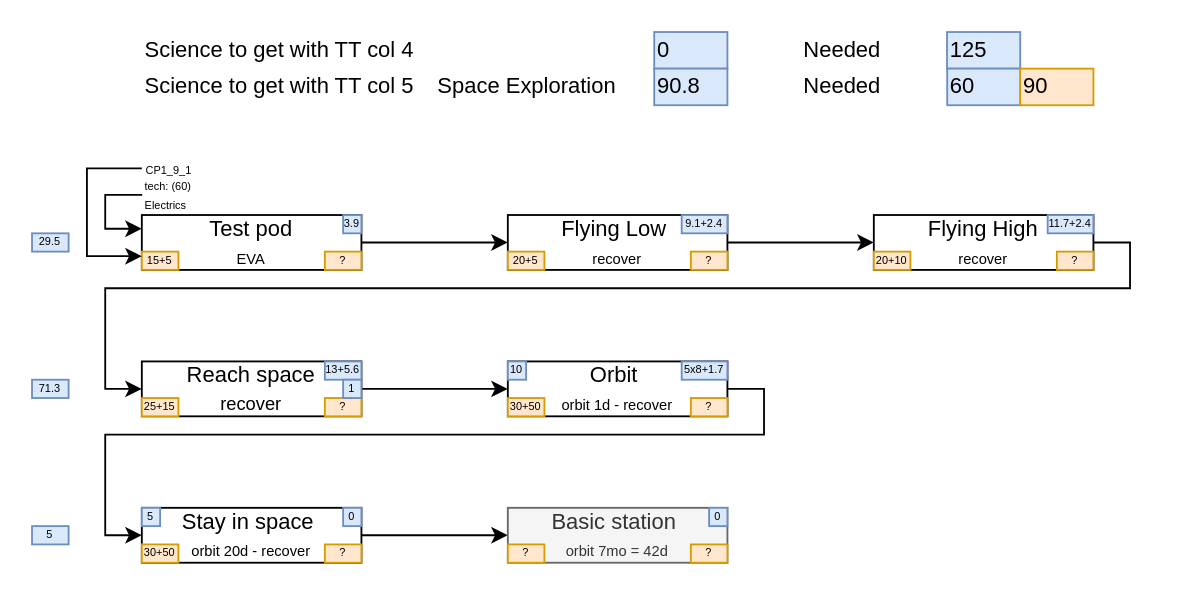
Earlier version of the draw.io diagram doc/CP3 contracts.drawio (SaphireFalcon/real_career). Source tidied: cells renumbered, new cells numbered last; positions are measured from the earlier drawing's top-left corner, leaving out a move shared by most shapes. Both pictures are drawn from the tidied source at 183%, with x=0, y=0 at pixel (31, 31).
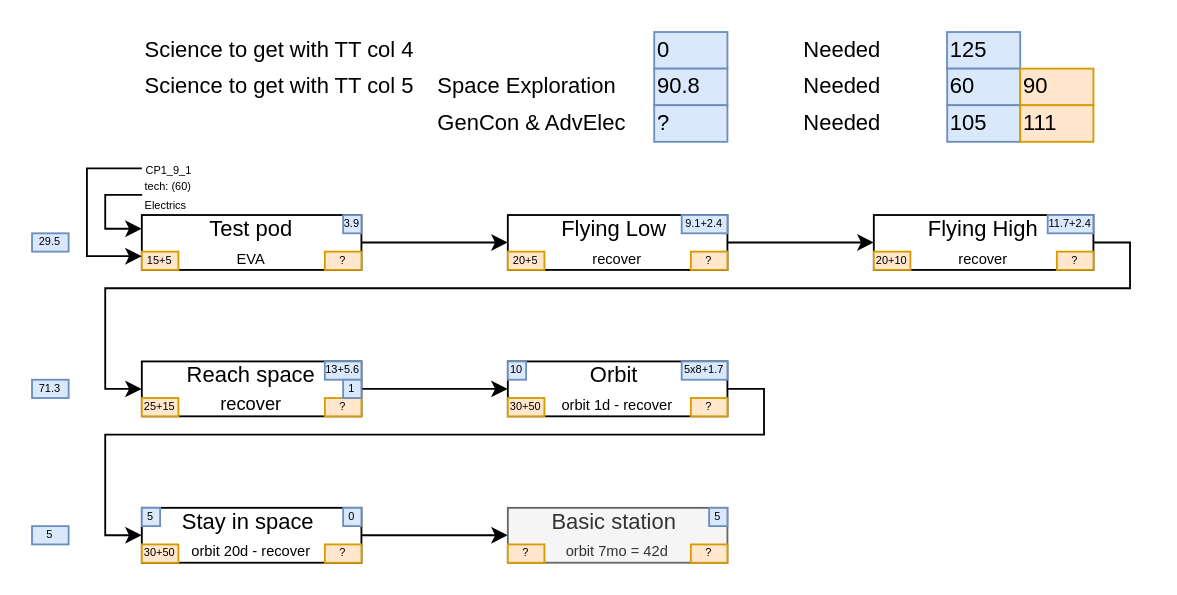
The same page after the edit.

What changed in the source:
```diff
@@
-    <mxCell id="39" value="0" style="text;html=1;strokeColor=#6c8ebf;fillColor=#dae8fc;align=center;verticalAlign=middle;whiteSpace=wrap;rounded=0;fontSize=6;" parent="1" vertex="1">
+    <mxCell id="39" value="5" style="text;html=1;strokeColor=#6c8ebf;fillColor=#dae8fc;align=center;verticalAlign=middle;whiteSpace=wrap;rounded=0;fontSize=6;" parent="1" vertex="1">
       <mxGeometry x="370" y="260" width="10" height="10" as="geometry" />
     </mxCell>
@@
+    <mxCell id="56" value="GenCon &amp;amp; AdvElec" style="text;html=1;strokeColor=none;fillColor=none;align=left;verticalAlign=middle;whiteSpace=wrap;rounded=0;fontColor=#000000;" parent="1" vertex="1">
+      <mxGeometry x="220.2" y="40" width="120" height="20" as="geometry" />
+    </mxCell>
+    <mxCell id="57" value="?" style="text;html=1;strokeColor=#6c8ebf;fillColor=#dae8fc;align=left;verticalAlign=middle;whiteSpace=wrap;rounded=0;" parent="1" vertex="1">
+      <mxGeometry x="340" y="40" width="40" height="20" as="geometry" />
+    </mxCell>
+    <mxCell id="58" value="105" style="text;html=1;strokeColor=#6c8ebf;fillColor=#dae8fc;align=left;verticalAlign=middle;whiteSpace=wrap;rounded=0;" parent="1" vertex="1">
+      <mxGeometry x="500.1" y="40" width="40" height="20" as="geometry" />
+    </mxCell>
+    <mxCell id="59" value="111" style="text;html=1;strokeColor=#d79b00;fillColor=#ffe6cc;align=left;verticalAlign=middle;whiteSpace=wrap;rounded=0;" parent="1" vertex="1">
+      <mxGeometry x="540" y="40" width="40" height="20" as="geometry" />
+    </mxCell>
+    <mxCell id="60" value="Needed" style="text;html=1;strokeColor=none;fillColor=none;align=left;verticalAlign=middle;whiteSpace=wrap;rounded=0;fontColor=#000000;" parent="1" vertex="1">
+      <mxGeometry x="420.1" y="40" width="80" height="20" as="geometry" />
+    </mxCell>
```
